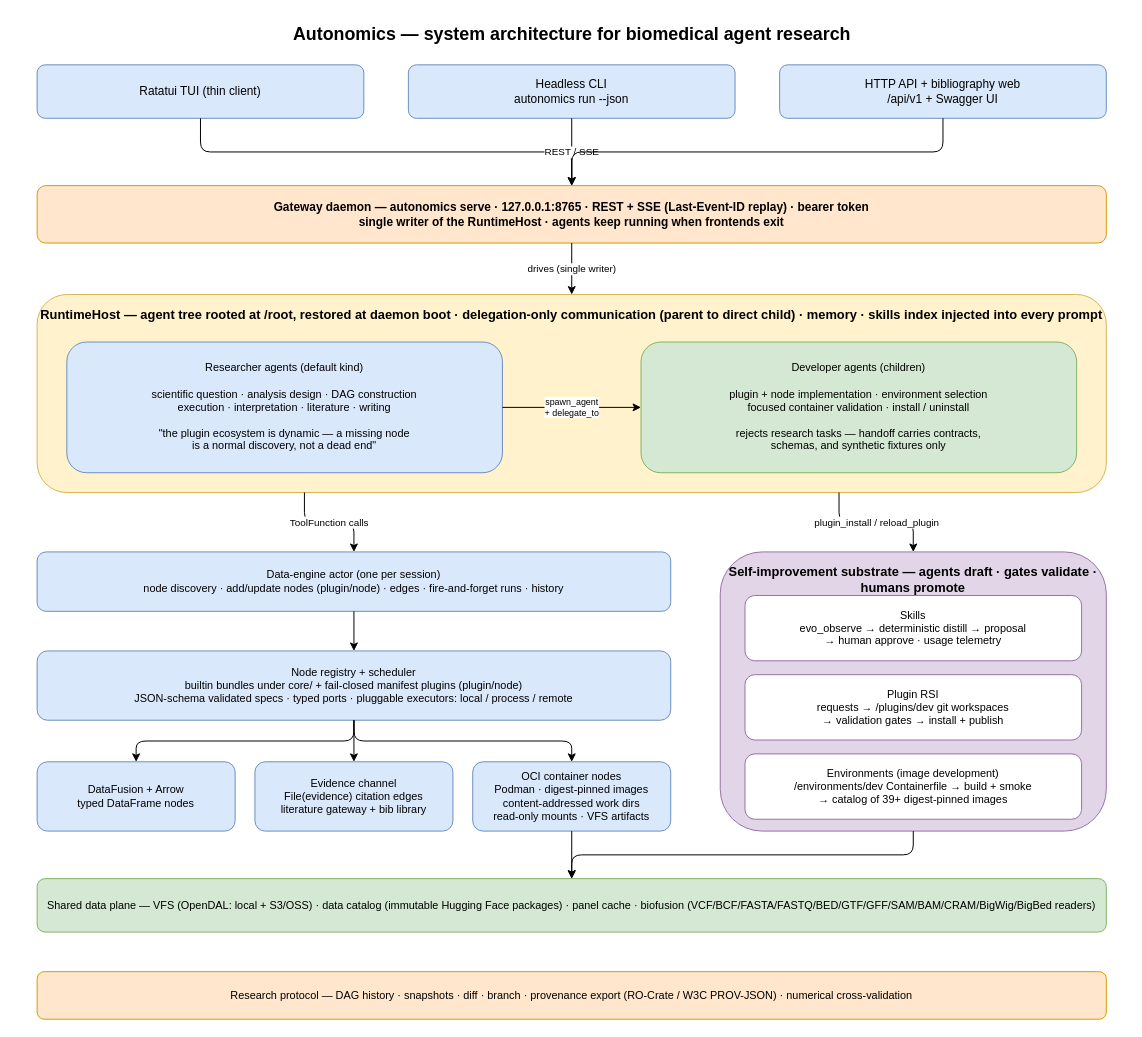
Above: docs/diagrams/architecture.drawio in auto-nomics/autonomics (draw.io), before the change. Source tidied: cells renumbered, new cells numbered last; positions are measured from the earlier drawing's top-left corner, leaving out a move shared by most shapes. Both pictures are drawn from the tidied source at 99%, with x=0, y=0 at pixel (17, 17).
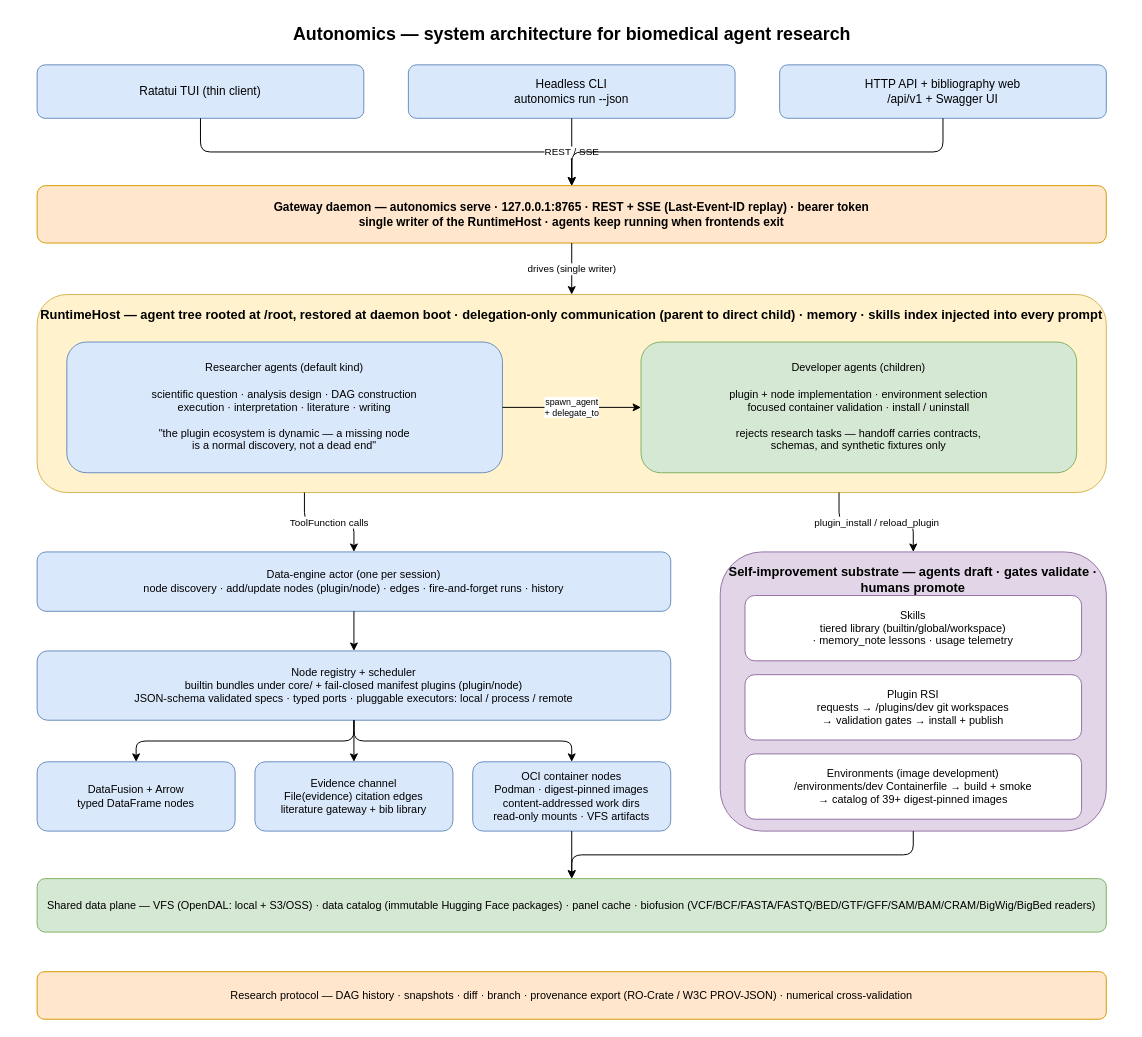
After the change.

Change to the diagram source:
```diff
@@
-    <mxCell id="27" value="Skills&#10;evo_observe → deterministic distill → proposal&#10;→ human approve · usage telemetry" style="rounded=1;whiteSpace=wrap;html=1;fillColor=#ffffff;strokeColor=#9673a6;fontSize=11;" parent="1" vertex="1">
+    <mxCell id="27" value="Skills&#10;tiered library (builtin/global/workspace)&#10;· memory_note lessons · usage telemetry" style="rounded=1;whiteSpace=wrap;html=1;fillColor=#ffffff;strokeColor=#9673a6;fontSize=11;" parent="1" vertex="1">
       <mxGeometry x="735" y="584" width="340" height="66" as="geometry" />
     </mxCell>
```
